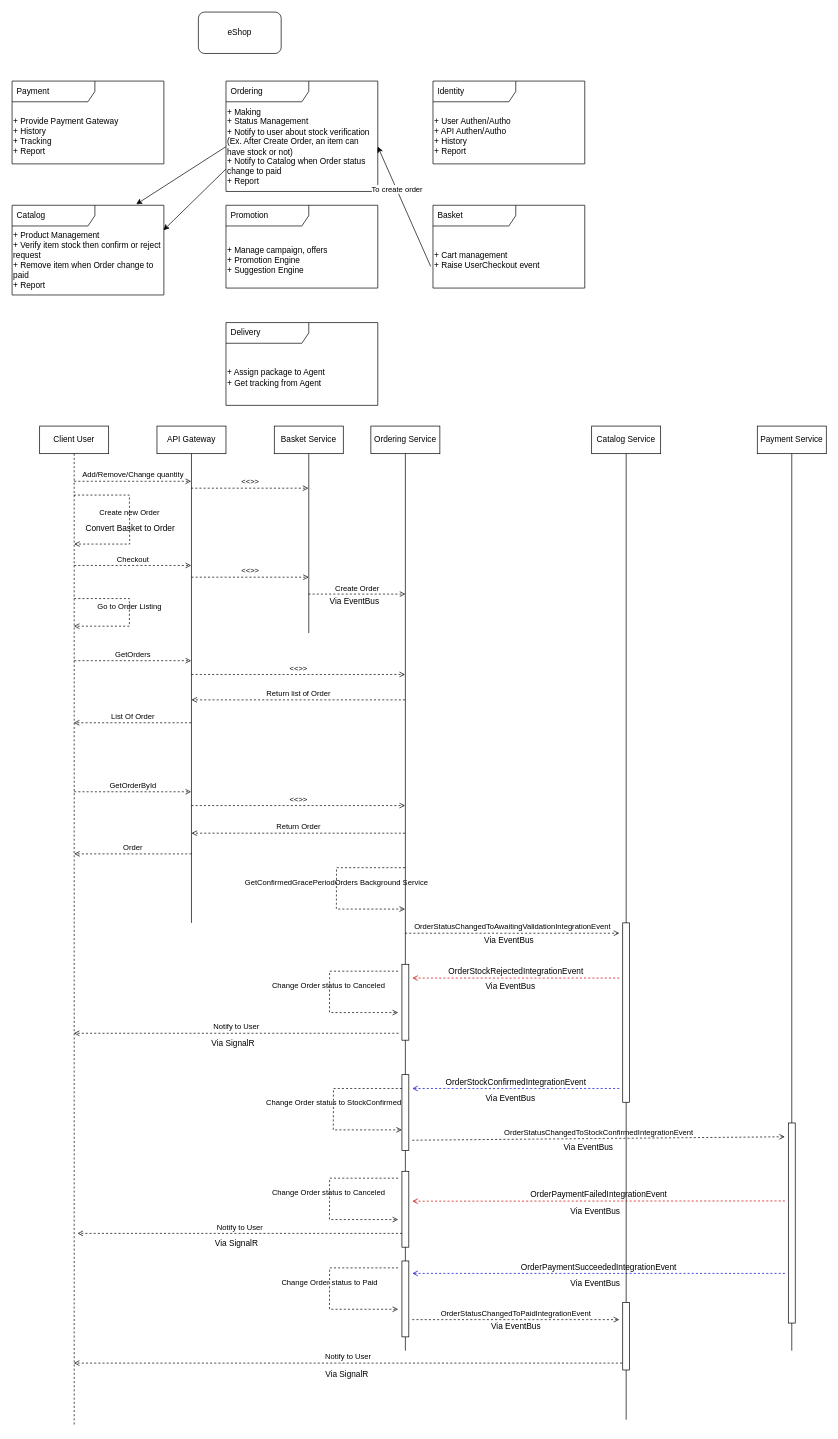
Above: page "Bounded Context" (1 of 2) of documents/DomainDrivenDesign.drawio in QuyenOrion/OrionEShopOnContainers (draw.io), before the change. Source tidied: cells renumbered, new cells numbered last; positions are measured from the earlier drawing's top-left corner, leaving out a move shared by most shapes. Both pictures are drawn from the tidied source at 69%, with x=0, y=0 at pixel (12, 12).
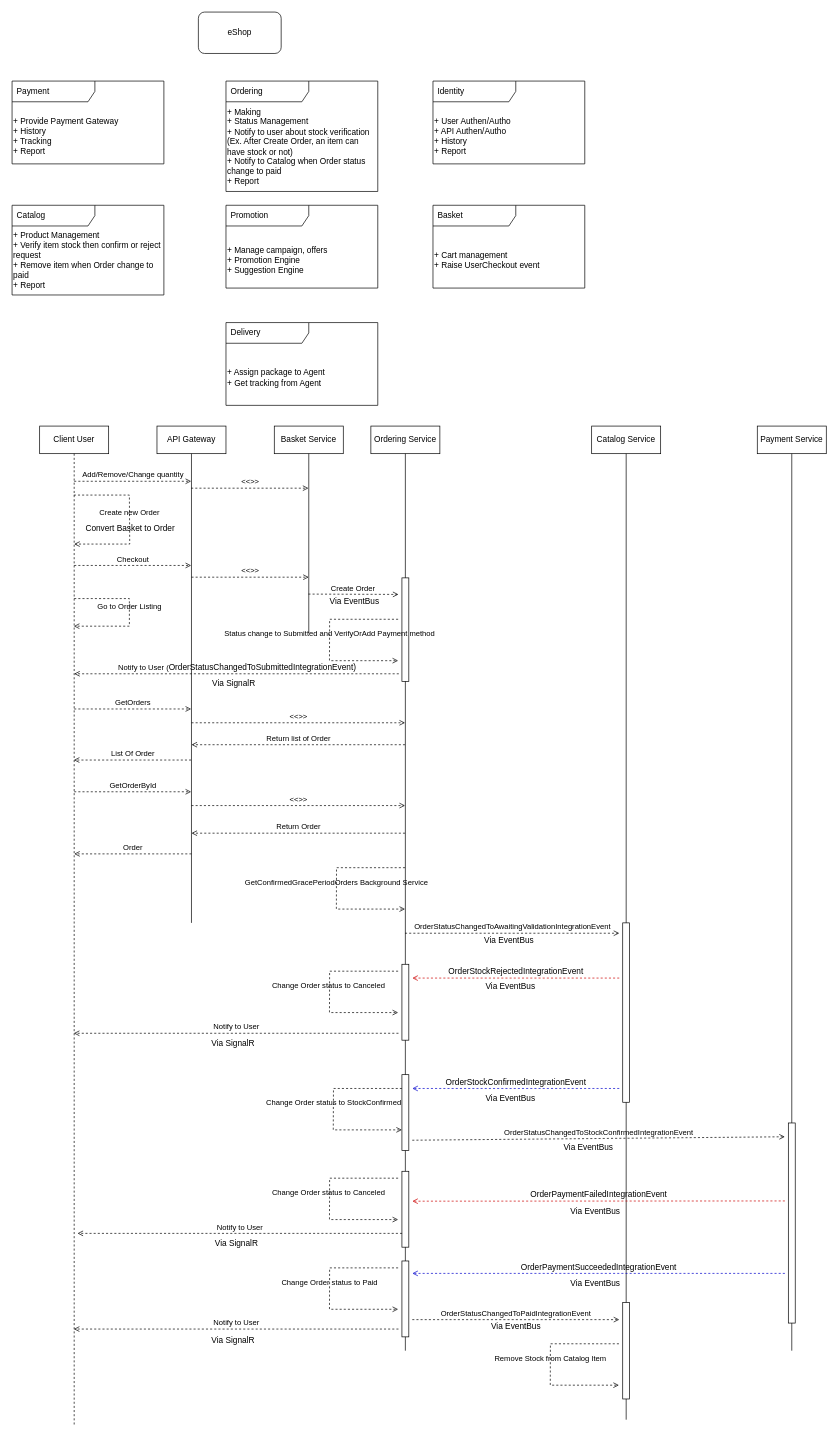
The same diagram, later.

Commit message (it also covers changes not shown here):
Added OrderStatusChangedToSubmittedIntegrationEvent to the flow

The change refers to these unchanged cells:
```xml
<mxCell id="6" value="Catalog" style="shape=umlFrame;whiteSpace=wrap;html=1;width=120;height=30;boundedLbl=1;verticalAlign=middle;align=left;spacingLeft=5;" parent="1" vertex="1">
  <mxGeometry y="280" width="220" height="130" as="geometry" />
</mxCell>
<mxCell id="12" value="+ Making&lt;br&gt;+ Status Management&lt;br&gt;+ Notify to user about stock verification (Ex. After Create Order, an item can have stock or not)&lt;br&gt;+ Notify to Catalog when Order status change to paid&lt;br&gt;+ Report" style="text;html=1;strokeColor=none;fillColor=none;align=left;verticalAlign=middle;whiteSpace=wrap;rounded=0;" parent="1" vertex="1">
  <mxGeometry x="310" y="130" width="220" height="130" as="geometry" />
</mxCell>
<mxCell id="20" value="+ Cart management&lt;br&gt;+ Raise UserCheckout event" style="text;html=1;strokeColor=none;fillColor=none;align=left;verticalAlign=middle;whiteSpace=wrap;rounded=0;" parent="1" vertex="1">
  <mxGeometry x="610" y="320" width="220" height="80" as="geometry" />
</mxCell>
<mxCell id="21" value="Client User" style="shape=umlLifeline;perimeter=lifelinePerimeter;whiteSpace=wrap;html=1;outlineConnect=0;" parent="1" vertex="1">
  <mxGeometry x="40" y="600" width="100" height="1450" as="geometry" />
</mxCell>
<mxCell id="25" value="Basket Service" style="shape=umlLifeline;perimeter=lifelinePerimeter;whiteSpace=wrap;html=1;lifelineDashed=0;" parent="1" vertex="1">
  <mxGeometry x="380" y="600" width="100" height="300" as="geometry" />
</mxCell>
<mxCell id="28" value="Ordering Service" style="shape=umlLifeline;perimeter=lifelinePerimeter;whiteSpace=wrap;html=1;outlineConnect=0;lifelineDashed=0;" parent="1" vertex="1">
  <mxGeometry x="520" y="600" width="100" height="1340" as="geometry" />
</mxCell>
<mxCell id="35" style="html=1;points=[];perimeter=orthogonalPerimeter;" parent="28" vertex="1">
  <mxGeometry x="45" y="1210" width="10" height="110" as="geometry" />
</mxCell>
<mxCell id="39" value="Catalog Service" style="shape=umlLifeline;perimeter=lifelinePerimeter;whiteSpace=wrap;html=1;lifelineDashed=0;" parent="1" vertex="1">
  <mxGeometry x="840" y="600" width="100" height="1440" as="geometry" />
</mxCell>
```

Diff of the diagram source:
```diff
@@
-    <mxCell id="10" style="edgeStyle=none;html=1;entryX=0.818;entryY=-0.011;entryDx=0;entryDy=0;entryPerimeter=0;exitX=0;exitY=0.5;exitDx=0;exitDy=0;" parent="1" edge="1" source="12" target="6">
-      <mxGeometry relative="1" as="geometry" />
-    </mxCell>
-    <mxCell id="11" style="edgeStyle=none;html=1;entryX=0.997;entryY=0.278;entryDx=0;entryDy=0;entryPerimeter=0;exitX=0;exitY=0.75;exitDx=0;exitDy=0;" parent="1" edge="1" source="12" target="6">
-      <mxGeometry relative="1" as="geometry" />
-    </mxCell>
@@
-    <mxCell id="18" style="edgeStyle=none;html=1;entryX=1;entryY=0.5;entryDx=0;entryDy=0;exitX=-0.015;exitY=0.608;exitDx=0;exitDy=0;exitPerimeter=0;" parent="1" edge="1" source="20" target="12">
-      <mxGeometry relative="1" as="geometry" />
-    </mxCell>
-    <mxCell id="19" value="To create order" style="edgeLabel;html=1;align=center;verticalAlign=middle;" parent="18" vertex="1">
-      <mxGeometry x="0.3" relative="1" as="geometry" />
-    </mxCell>
@@
-    <mxCell id="27" value="&amp;lt;&amp;lt;&amp;gt;&amp;gt;" style="html=1;verticalAlign=bottom;labelBackgroundColor=none;endArrow=open;endFill=0;dashed=1;" parent="25" edge="1" target="28">
+    <mxCell id="27" value="&amp;lt;&amp;lt;&amp;gt;&amp;gt;" style="html=1;verticalAlign=bottom;labelBackgroundColor=none;endArrow=open;endFill=0;dashed=1;" parent="25" edge="1">
       <mxGeometry relative="1" as="geometry">
-        <mxPoint x="-120" y="360" as="sourcePoint" />
+        <mxPoint x="-120" y="430" as="sourcePoint" />
+        <mxPoint x="189.5" y="430" as="targetPoint" />
       </mxGeometry>
     </mxCell>
@@
     <mxCell id="29" value="Create Order" style="html=1;verticalAlign=bottom;labelBackgroundColor=none;endArrow=open;endFill=0;dashed=1;" parent="28" edge="1">
       <mxGeometry relative="1" as="geometry">
         <mxPoint x="-90.5" y="243.5" as="sourcePoint" />
-        <mxPoint x="50" y="243.5" as="targetPoint" />
+        <mxPoint x="40" y="244" as="targetPoint" />
       </mxGeometry>
     </mxCell>
@@
+    <mxCell id="76" style="html=1;perimeter=orthogonalPerimeter;" parent="28" vertex="1">
+      <mxGeometry x="45" y="220" width="10" height="150" as="geometry" />
+    </mxCell>
@@
     <mxCell id="44" style="html=1;points=[];perimeter=orthogonalPerimeter;" parent="39" vertex="1">
-      <mxGeometry x="45" y="1270" width="10" height="98" as="geometry" />
+      <mxGeometry x="45" y="1270" width="10" height="140" as="geometry" />
     </mxCell>
@@
     <mxCell id="48" value="GetOrders" style="html=1;verticalAlign=bottom;labelBackgroundColor=none;endArrow=open;endFill=0;dashed=1;" parent="1" edge="1">
       <mxGeometry relative="1" as="geometry">
-        <mxPoint x="90" y="940" as="sourcePoint" />
-        <mxPoint x="259.5" y="940" as="targetPoint" />
+        <mxPoint x="90" y="1010" as="sourcePoint" />
+        <mxPoint x="259.5" y="1010" as="targetPoint" />
       </mxGeometry>
     </mxCell>
     <mxCell id="49" value="Return list of Order" style="html=1;verticalAlign=bottom;labelBackgroundColor=none;endArrow=open;endFill=0;dashed=1;entryX=0.5;entryY=0.908;entryDx=0;entryDy=0;entryPerimeter=0;" parent="1" edge="1">
       <mxGeometry relative="1" as="geometry">
-        <mxPoint x="569.5" y="996.8" as="sourcePoint" />
-        <mxPoint x="260" y="996.8" as="targetPoint" />
+        <mxPoint x="569.5" y="1061.8" as="sourcePoint" />
+        <mxPoint x="260" y="1061.8" as="targetPoint" />
       </mxGeometry>
     </mxCell>
     <mxCell id="50" value="List Of Order" style="html=1;verticalAlign=bottom;labelBackgroundColor=none;endArrow=open;endFill=0;dashed=1;" parent="1" edge="1">
       <mxGeometry relative="1" as="geometry">
-        <mxPoint x="259.5" y="1030" as="sourcePoint" />
-        <mxPoint x="89.5" y="1030" as="targetPoint" />
+        <mxPoint x="259.5" y="1084" as="sourcePoint" />
+        <mxPoint x="89.5" y="1084" as="targetPoint" />
       </mxGeometry>
     </mxCell>
@@
-    <mxCell id="74" value="Notify to User" style="html=1;verticalAlign=bottom;labelBackgroundColor=none;endArrow=open;endFill=0;dashed=1;exitX=-0.1;exitY=0.898;exitDx=0;exitDy=0;exitPerimeter=0;" parent="1" edge="1" source="44" target="21">
+    <mxCell id="74" value="Notify to User" style="html=1;verticalAlign=bottom;labelBackgroundColor=none;endArrow=open;endFill=0;dashed=1;exitX=-0.5;exitY=0.897;exitDx=0;exitDy=0;exitPerimeter=0;" parent="1" edge="1" source="35" target="21">
       <mxGeometry relative="1" as="geometry" />
     </mxCell>
     <mxCell id="75" value="Via SignalR" style="text;html=1;align=center;verticalAlign=middle;strokeColor=none;fillColor=none;" parent="1" vertex="1">
-      <mxGeometry x="440" y="1960" width="90" height="30" as="geometry" />
+      <mxGeometry x="275" y="1910" width="90" height="30" as="geometry" />
     </mxCell>
+    <mxCell id="77" value="Remove Stock from Catalog Item" style="endArrow=open;html=1;rounded=0;align=center;verticalAlign=bottom;dashed=1;endFill=0;labelBackgroundColor=none;" parent="1" edge="1">
+      <mxGeometry relative="1" as="geometry">
+        <mxPoint x="879.5" y="1930" as="sourcePoint" />
+        <mxPoint x="879.5" y="1990" as="targetPoint" />
+        <Array as="points">
+          <mxPoint x="780.2" y="1930" />
+          <mxPoint x="780" y="1990" />
+        </Array>
+      </mxGeometry>
+    </mxCell>
+    <mxCell id="78" value="Status change to Submitted and VerifyOrAdd Payment method" style="endArrow=open;html=1;rounded=0;align=center;verticalAlign=bottom;dashed=1;endFill=0;labelBackgroundColor=none;" parent="1" edge="1">
+      <mxGeometry relative="1" as="geometry">
+        <mxPoint x="559.5" y="880" as="sourcePoint" />
+        <mxPoint x="559.5" y="940" as="targetPoint" />
+        <Array as="points">
+          <mxPoint x="460.2" y="880" />
+          <mxPoint x="460" y="940" />
+        </Array>
+      </mxGeometry>
+    </mxCell>
+    <mxCell id="79" value="Notify to User (&lt;span style=&quot;font-size: 12px;&quot;&gt;OrderStatusChangedToSubmittedIntegrationEvent)&lt;/span&gt;" style="html=1;verticalAlign=bottom;labelBackgroundColor=none;endArrow=open;endFill=0;dashed=1;" parent="1" edge="1">
+      <mxGeometry relative="1" as="geometry">
+        <mxPoint x="560.5" y="959" as="sourcePoint" />
+        <mxPoint x="90" y="959" as="targetPoint" />
+      </mxGeometry>
+    </mxCell>
+    <mxCell id="80" value="Via SignalR" style="text;html=1;align=center;verticalAlign=middle;strokeColor=none;fillColor=none;" parent="1" vertex="1">
+      <mxGeometry x="275.5" y="958" width="90" height="30" as="geometry" />
+    </mxCell>
```
